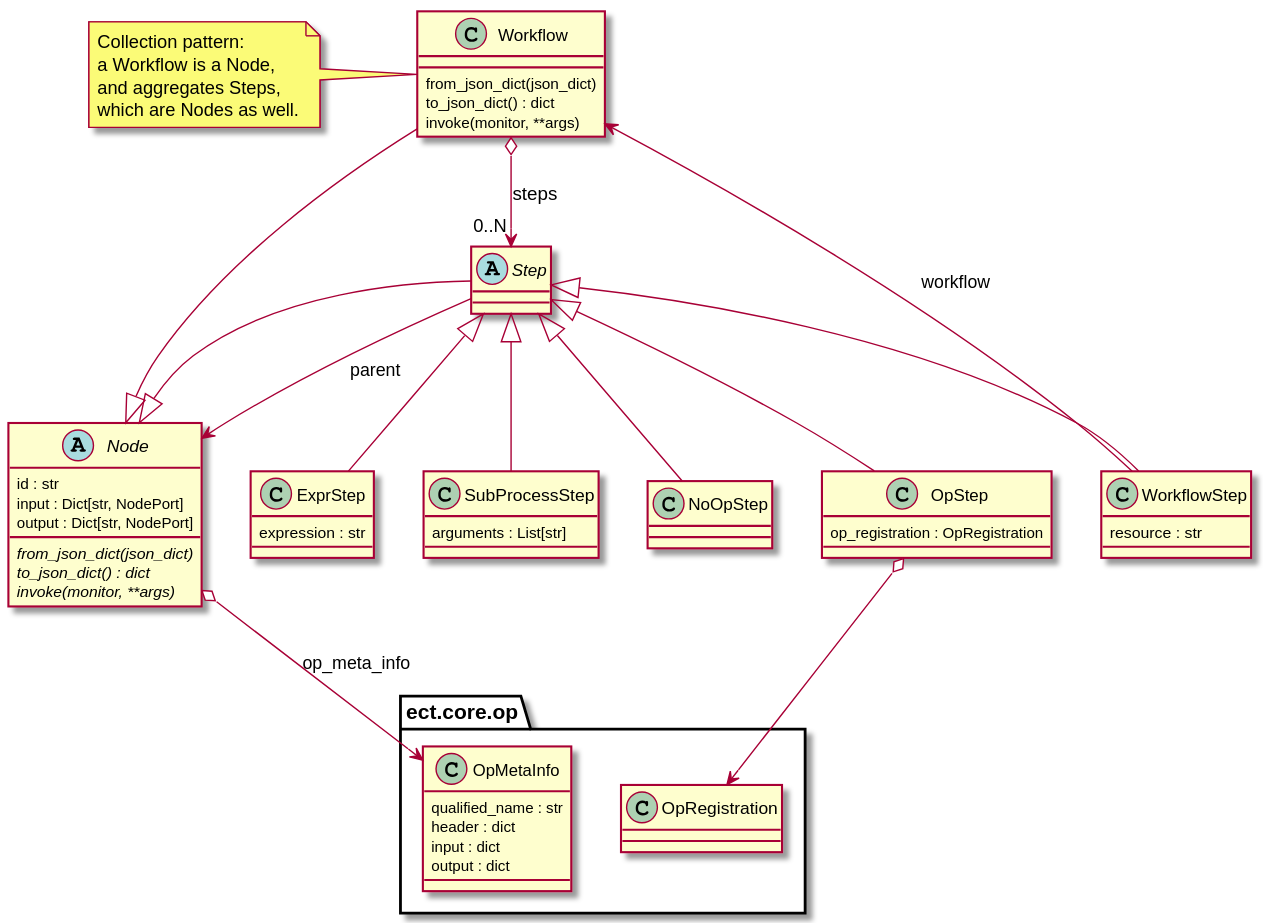
CCI-Tools/cate keeps this PlantUML diagram as doc/source/_static/uml/workflow.svg. Above is the earlier version. Its source is kept beside it as doc/source/uml/workflow.puml.
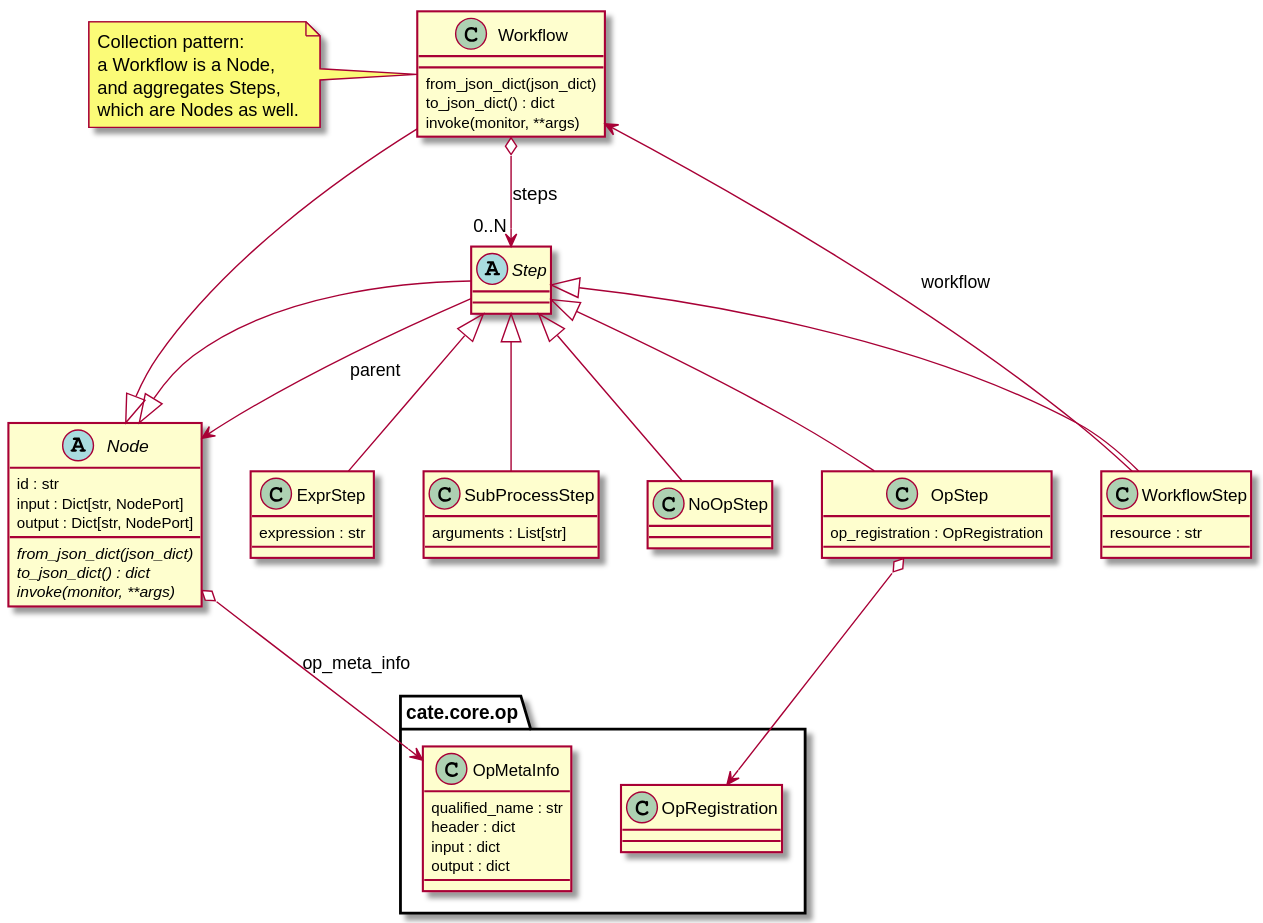
After the commit.

Diff of the diagram source:
```diff
@@ -37,7 +37,7 @@
 class NoOpStep extends Step {
 }
 
-class ect.core.op.OpMetaInfo {
+class cate.core.op.OpMetaInfo {
     qualified_name : str
     header : dict
     input : dict
@@ -45,8 +45,8 @@
 }
 
 WorkflowStep --> Workflow: workflow
-OpStep o--> ect.core.op.OpRegistration
-Node o--> ect.core.op.OpMetaInfo: op_meta_info
+OpStep o--> cate.core.op.OpRegistration
+Node o--> cate.core.op.OpMetaInfo: op_meta_info
 Workflow o--> "0..N" Step: steps
 Step --> Node : parent
 
```
